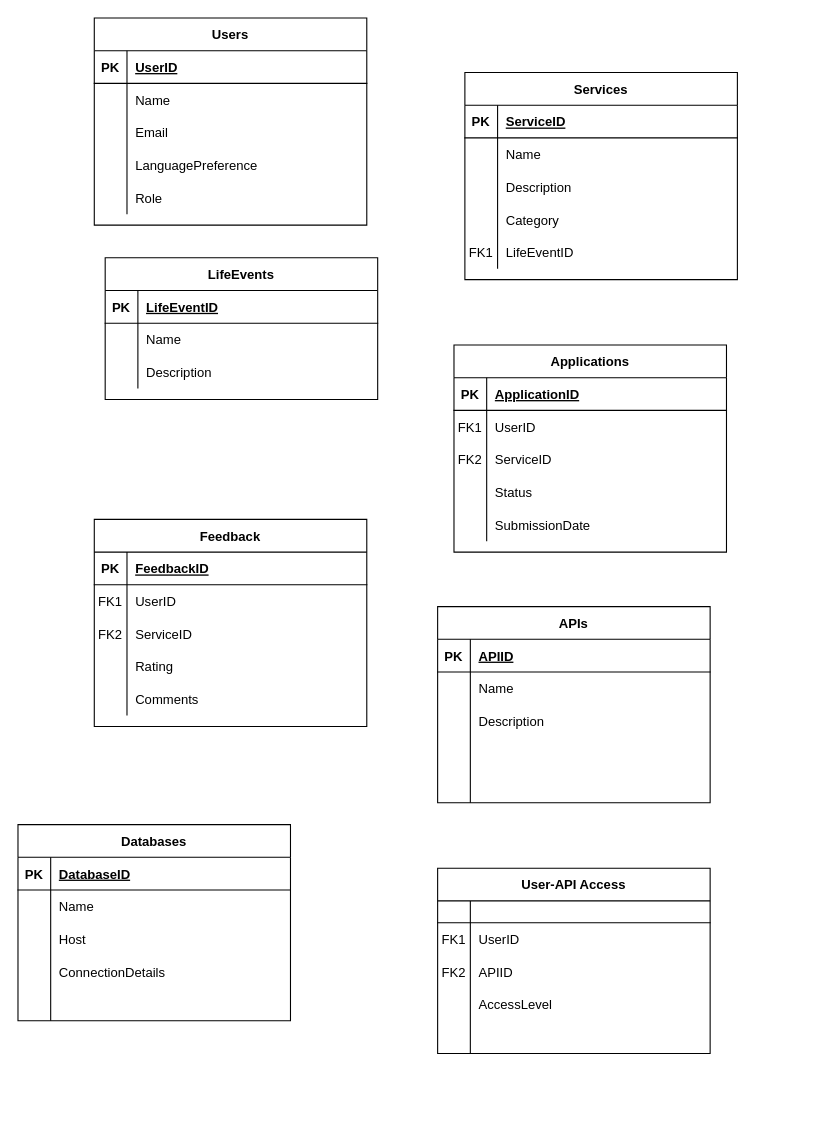
Above: ServizzGov.drawio in nataleletizia/ServizzGov (draw.io), before the change. Source tidied: cells renumbered, new cells numbered last; positions are measured from the earlier drawing's top-left corner, leaving out a move shared by most shapes. Both pictures are drawn from the tidied source at 109%, with x=0, y=0 at pixel (17, 17).
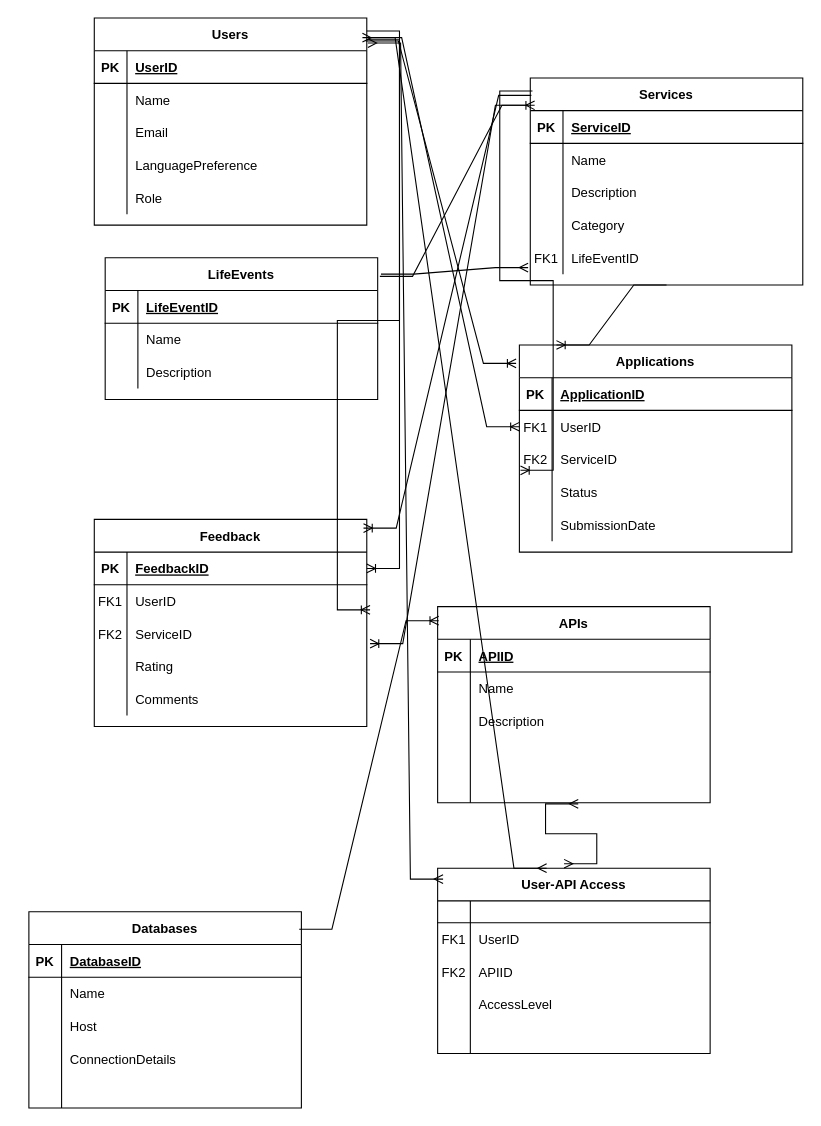
The same diagram, later.

The change refers to these unchanged cells:
```xml
<mxCell id="15" style="shape=partialRectangle;fillColor=none;points=[[0,0.5],[1,0.5]];portConstraint=eastwest;top=0;left=0;right=0;bottom=0;" parent="2" vertex="1">
  <mxGeometry y="150" width="250" height="30" as="geometry" />
</mxCell>
<mxCell id="18" value="LifeEvents" style="shape=table;startSize=30;childLayout=tableLayout;rowLines=0;fontStyle=1;align=center;" parent="1" vertex="1">
  <mxGeometry x="80" y="220" width="250" height="130" as="geometry" />
</mxCell>
<mxCell id="28" value="Users" style="shape=table;startSize=30;childLayout=tableLayout;rowLines=0;fontStyle=1;align=center;" parent="1" vertex="1">
  <mxGeometry x="70" width="250" height="190" as="geometry" />
</mxCell>
<mxCell id="48" style="shape=partialRectangle;fillColor=none;points=[[0,0.5],[1,0.5]];portConstraint=eastwest;top=0;left=0;right=0;bottom=0;" parent="44" vertex="1">
  <mxGeometry y="60" width="250" height="30" as="geometry" />
</mxCell>
<mxCell id="51" style="shape=partialRectangle;fillColor=none;points=[[0,0.5],[1,0.5]];portConstraint=eastwest;top=0;left=0;right=0;bottom=0;" parent="44" vertex="1">
  <mxGeometry y="90" width="250" height="30" as="geometry" />
</mxCell>
<mxCell id="60" value="Feedback" style="shape=table;startSize=30;childLayout=tableLayout;rowLines=0;fontStyle=1;align=center;" parent="1" vertex="1">
  <mxGeometry x="70" y="460" width="250" height="190" as="geometry" />
</mxCell>
<mxCell id="61" style="shape=partialRectangle;fillColor=none;points=[[0,0.5],[1,0.5]];portConstraint=eastwest;top=0;left=0;right=0;bottom=1;" parent="60" vertex="1">
  <mxGeometry y="30" width="250" height="30" as="geometry" />
</mxCell>
<mxCell id="64" style="shape=partialRectangle;fillColor=none;points=[[0,0.5],[1,0.5]];portConstraint=eastwest;top=0;left=0;right=0;bottom=0;" parent="60" vertex="1">
  <mxGeometry y="60" width="250" height="30" as="geometry" />
</mxCell>
<mxCell id="67" style="shape=partialRectangle;fillColor=none;points=[[0,0.5],[1,0.5]];portConstraint=eastwest;top=0;left=0;right=0;bottom=0;" parent="60" vertex="1">
  <mxGeometry y="90" width="250" height="30" as="geometry" />
</mxCell>
<mxCell id="76" value="APIs" style="shape=table;startSize=30;childLayout=tableLayout;rowLines=0;fontStyle=1;align=center;" parent="1" vertex="1">
  <mxGeometry x="385" y="540" width="250" height="180" as="geometry" />
</mxCell>
<mxCell id="89" style="shape=partialRectangle;fillColor=none;points=[[0,0.5],[1,0.5]];portConstraint=eastwest;top=0;left=0;right=0;bottom=0;" parent="76" vertex="1">
  <mxGeometry y="150" width="250" height="30" as="geometry" />
</mxCell>
<mxCell id="108" value="User-API Access" style="shape=table;startSize=30;childLayout=tableLayout;rowLines=0;fontStyle=1;align=center;" parent="1" vertex="1">
  <mxGeometry x="385" y="780" width="250" height="170" as="geometry" />
</mxCell>
```

What changed in the source:
```diff
@@
     <mxCell id="2" value="Services" style="shape=table;startSize=30;childLayout=tableLayout;rowLines=0;fontStyle=1;align=center;" parent="1" vertex="1">
-      <mxGeometry x="410" y="50" width="250" height="190" as="geometry" />
+      <mxGeometry x="470" y="55" width="250" height="190" as="geometry" />
     </mxCell>
@@
     <mxCell id="44" value="Applications" style="shape=table;startSize=30;childLayout=tableLayout;rowLines=0;fontStyle=1;align=center;" parent="1" vertex="1">
-      <mxGeometry x="400" y="300" width="250" height="190" as="geometry" />
+      <mxGeometry x="460" y="300" width="250" height="190" as="geometry" />
     </mxCell>
@@
     <mxCell id="92" value="Databases" style="shape=table;startSize=30;childLayout=tableLayout;rowLines=0;fontStyle=1;align=center;" parent="1" vertex="1">
-      <mxGeometry y="740" width="250" height="180" as="geometry" />
+      <mxGeometry x="10" y="820" width="250" height="180" as="geometry" />
     </mxCell>
@@
+    <mxCell id="124" style="edgeStyle=entityRelationEdgeStyle;fontSize=12;html=1;endArrow=ERoneToMany;rounded=0;entryX=-0.012;entryY=0.089;entryDx=0;entryDy=0;entryPerimeter=0;exitX=0.996;exitY=0.111;exitDx=0;exitDy=0;exitPerimeter=0;" parent="1" edge="1" source="28" target="44">
+      <mxGeometry relative="1" as="geometry" />
+    </mxCell>
+    <mxCell id="125" style="edgeStyle=entityRelationEdgeStyle;fontSize=12;html=1;endArrow=ERoneToMany;rounded=0;entryX=1;entryY=0.5;entryDx=0;entryDy=0;" parent="1" edge="1" target="61">
+      <mxGeometry relative="1" as="geometry">
+        <mxPoint x="320" y="20" as="sourcePoint" />
+      </mxGeometry>
+    </mxCell>
+    <mxCell id="126" style="edgeStyle=entityRelationEdgeStyle;fontSize=12;html=1;endArrow=ERmany;rounded=0;entryX=-0.008;entryY=0.8;entryDx=0;entryDy=0;entryPerimeter=0;exitX=1.012;exitY=0.115;exitDx=0;exitDy=0;exitPerimeter=0;" parent="1" edge="1" source="18" target="15">
+      <mxGeometry relative="1" as="geometry" />
+    </mxCell>
+    <mxCell id="127" style="edgeStyle=entityRelationEdgeStyle;fontSize=12;html=1;endArrow=ERoneToMany;rounded=0;exitX=0.5;exitY=1;exitDx=0;exitDy=0;entryX=0.136;entryY=0;entryDx=0;entryDy=0;entryPerimeter=0;" parent="1" edge="1" source="2" target="44">
+      <mxGeometry relative="1" as="geometry">
+        <Array as="points">
+          <mxPoint x="450" y="170" />
+          <mxPoint x="390" y="120" />
+        </Array>
+      </mxGeometry>
+    </mxCell>
+    <mxCell id="128" style="edgeStyle=entityRelationEdgeStyle;fontSize=12;html=1;endArrow=ERoneToMany;rounded=0;exitX=0.004;exitY=0.084;exitDx=0;exitDy=0;exitPerimeter=0;entryX=0.988;entryY=0.042;entryDx=0;entryDy=0;entryPerimeter=0;" parent="1" edge="1" source="2" target="60">
+      <mxGeometry relative="1" as="geometry" />
+    </mxCell>
+    <mxCell id="129" style="edgeStyle=entityRelationEdgeStyle;fontSize=12;html=1;endArrow=ERoneToMany;rounded=0;entryX=0.016;entryY=0.132;entryDx=0;entryDy=0;entryPerimeter=0;exitX=1.008;exitY=0.131;exitDx=0;exitDy=0;exitPerimeter=0;" parent="1" edge="1" source="18" target="2">
+      <mxGeometry relative="1" as="geometry" />
+    </mxCell>
+    <mxCell id="130" style="edgeStyle=entityRelationEdgeStyle;fontSize=12;html=1;endArrow=ERoneToMany;rounded=0;entryX=0;entryY=0.5;entryDx=0;entryDy=0;exitX=1.008;exitY=0.095;exitDx=0;exitDy=0;exitPerimeter=0;" parent="1" edge="1" source="28" target="48">
+      <mxGeometry relative="1" as="geometry" />
+    </mxCell>
+    <mxCell id="131" style="edgeStyle=entityRelationEdgeStyle;fontSize=12;html=1;endArrow=ERoneToMany;rounded=0;entryX=0.004;entryY=0.833;entryDx=0;entryDy=0;entryPerimeter=0;exitX=0.008;exitY=0.063;exitDx=0;exitDy=0;exitPerimeter=0;" parent="1" edge="1" source="2" target="51">
+      <mxGeometry relative="1" as="geometry">
+        <Array as="points">
+          <mxPoint x="390" y="380" />
+          <mxPoint x="390" y="340" />
+        </Array>
+      </mxGeometry>
+    </mxCell>
+    <mxCell id="132" style="edgeStyle=entityRelationEdgeStyle;fontSize=12;html=1;endArrow=ERoneToMany;rounded=0;entryX=1.012;entryY=0.767;entryDx=0;entryDy=0;entryPerimeter=0;exitX=1;exitY=0.063;exitDx=0;exitDy=0;exitPerimeter=0;" parent="1" edge="1" source="28" target="64">
+      <mxGeometry relative="1" as="geometry" />
+    </mxCell>
+    <mxCell id="133" style="edgeStyle=entityRelationEdgeStyle;fontSize=12;html=1;endArrow=ERoneToMany;rounded=0;entryX=1.012;entryY=0.8;entryDx=0;entryDy=0;entryPerimeter=0;exitX=-0.008;exitY=0.132;exitDx=0;exitDy=0;exitPerimeter=0;" parent="1" edge="1" source="2" target="67">
+      <mxGeometry relative="1" as="geometry" />
+    </mxCell>
+    <mxCell id="134" style="edgeStyle=entityRelationEdgeStyle;fontSize=12;html=1;endArrow=ERmany;startArrow=ERmany;rounded=0;entryX=0.516;entryY=1.033;entryDx=0;entryDy=0;entryPerimeter=0;exitX=0.464;exitY=-0.024;exitDx=0;exitDy=0;exitPerimeter=0;" parent="1" edge="1" source="108" target="89">
+      <mxGeometry relative="1" as="geometry" />
+    </mxCell>
+    <mxCell id="135" style="edgeStyle=entityRelationEdgeStyle;fontSize=12;html=1;endArrow=ERmany;startArrow=ERmany;rounded=0;entryX=0.984;entryY=0.095;entryDx=0;entryDy=0;entryPerimeter=0;exitX=0.4;exitY=0;exitDx=0;exitDy=0;exitPerimeter=0;" parent="1" edge="1" source="108" target="28">
+      <mxGeometry relative="1" as="geometry" />
+    </mxCell>
+    <mxCell id="136" style="edgeStyle=entityRelationEdgeStyle;fontSize=12;html=1;endArrow=ERoneToMany;rounded=0;exitX=0.992;exitY=0.089;exitDx=0;exitDy=0;exitPerimeter=0;entryX=0.004;entryY=0.072;entryDx=0;entryDy=0;entryPerimeter=0;" parent="1" edge="1" source="92" target="76">
+      <mxGeometry relative="1" as="geometry" />
+    </mxCell>
+    <mxCell id="137" style="edgeStyle=entityRelationEdgeStyle;fontSize=12;html=1;endArrow=ERmany;startArrow=ERmany;rounded=0;exitX=0.02;exitY=0.059;exitDx=0;exitDy=0;exitPerimeter=0;entryX=1.004;entryY=0.121;entryDx=0;entryDy=0;entryPerimeter=0;" parent="1" edge="1" source="108" target="28">
+      <mxGeometry relative="1" as="geometry" />
+    </mxCell>
```
